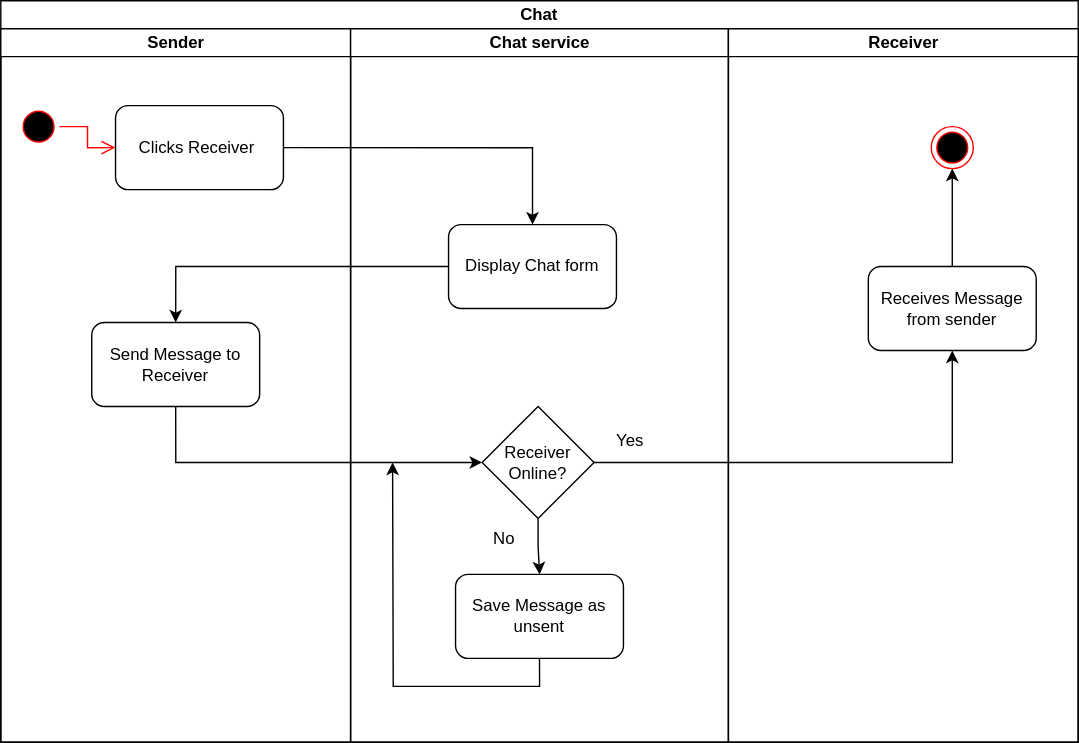
The draw.io diagram Deliverable 1/Activity Diagrams/Chat.drawio.svg in tshegofatso-motlhakane/Geeks-Chat, before a commit. Source tidied: cells renumbered, new cells last; positions are measured from the earlier drawing's top-left corner, leaving out a move shared by most shapes.
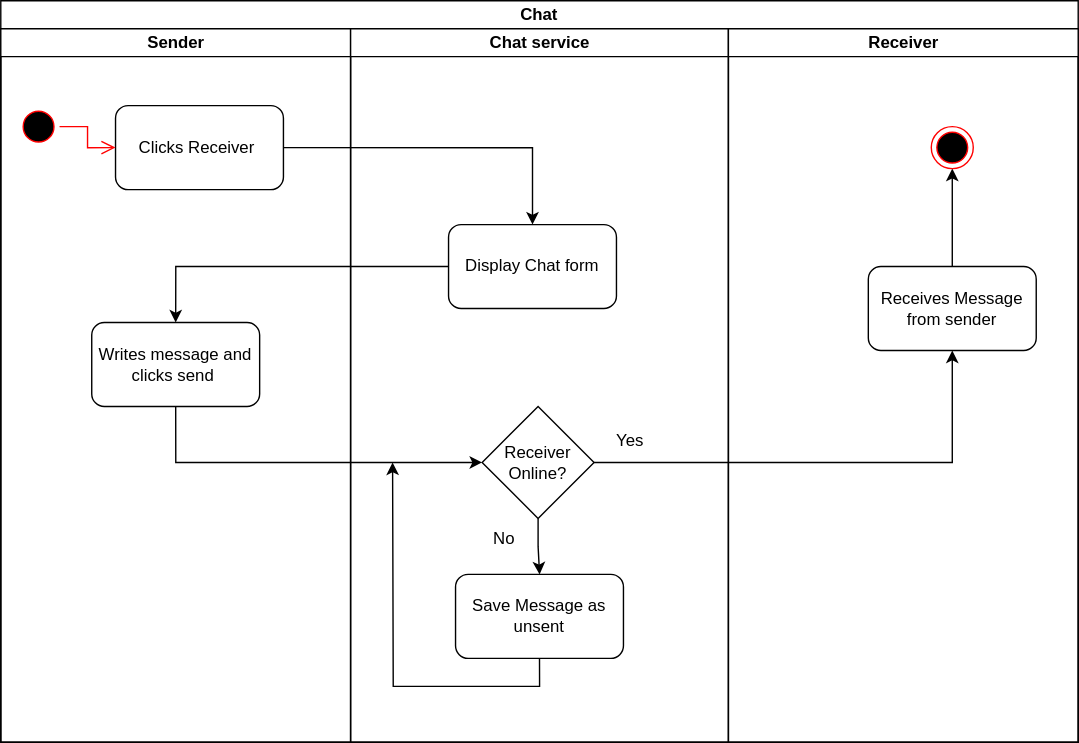
Later version of the same file.

Change to the diagram source:
```diff
@@ -8,7 +8,7 @@
     <mxCell id="3" value="Sender" style="swimlane;html=1;startSize=20;" parent="2" vertex="1">
       <mxGeometry y="20" width="250" height="510" as="geometry" />
     </mxCell>
-    <mxCell id="4" value="Send Message to Receiver" style="rounded=1;whiteSpace=wrap;html=1;" parent="3" vertex="1">
+    <mxCell id="4" value="Writes message and clicks send&amp;nbsp;" style="rounded=1;whiteSpace=wrap;html=1;" parent="3" vertex="1">
       <mxGeometry x="65" y="210" width="120" height="60" as="geometry" />
     </mxCell>
     <mxCell id="5" value="Clicks Receiver&amp;nbsp;" style="rounded=1;whiteSpace=wrap;html=1;" parent="3" vertex="1">
```
